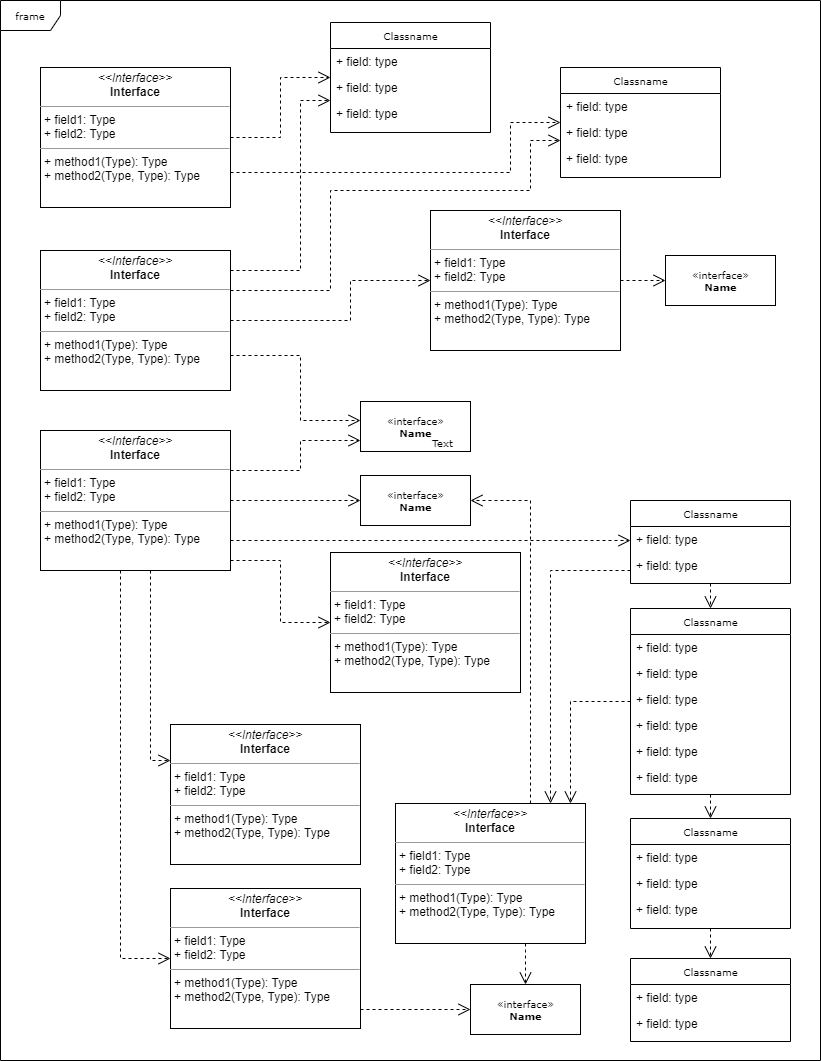
The draw.io diagram DESAFIO_IPHONE.drawio.png in cristianocz/JAVA_DESAFIOS, before a commit. Source tidied: cells renumbered, new cells last; positions are measured from the earlier drawing's top-left corner, leaving out a move shared by most shapes.
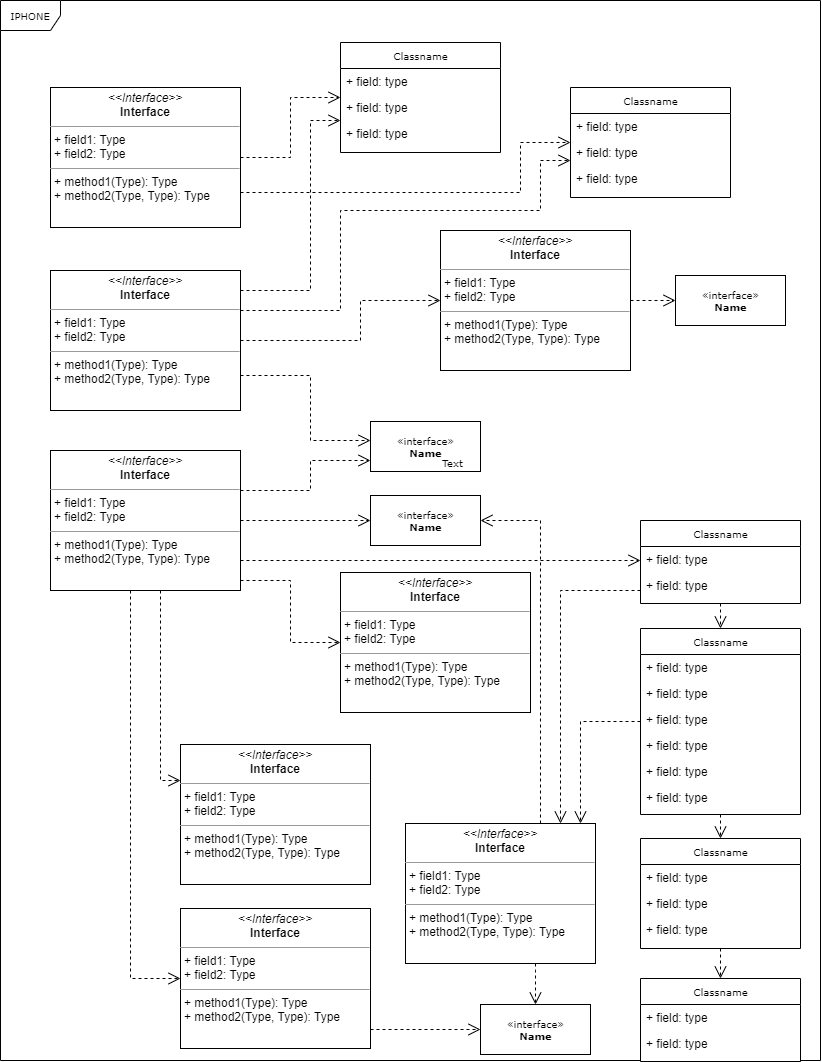
Above is the later version.

Diff of the diagram source:
```diff
@@ -2,8 +2,8 @@
   <root>
     <mxCell id="0" />
     <mxCell id="1" parent="0" />
-    <mxCell id="2" value="frame" style="shape=umlFrame;whiteSpace=wrap;html=1;rounded=0;shadow=0;comic=0;labelBackgroundColor=none;strokeWidth=1;fontFamily=Verdana;fontSize=10;align=center;" parent="1" vertex="1">
-      <mxGeometry width="820" height="1060" as="geometry" />
+    <mxCell id="2" value="IPHONE" style="shape=umlFrame;whiteSpace=wrap;html=1;rounded=0;shadow=0;comic=0;labelBackgroundColor=none;strokeWidth=1;fontFamily=Verdana;fontSize=10;align=center;" parent="1" vertex="1">
+      <mxGeometry x="-10" y="-20" width="820" height="1060" as="geometry" />
     </mxCell>
     <mxCell id="3" style="edgeStyle=orthogonalEdgeStyle;rounded=0;html=1;dashed=1;labelBackgroundColor=none;startFill=0;endArrow=open;endFill=0;endSize=10;fontFamily=Verdana;fontSize=10;" parent="1" edge="1" source="5" target="35">
       <mxGeometry relative="1" as="geometry">
```
